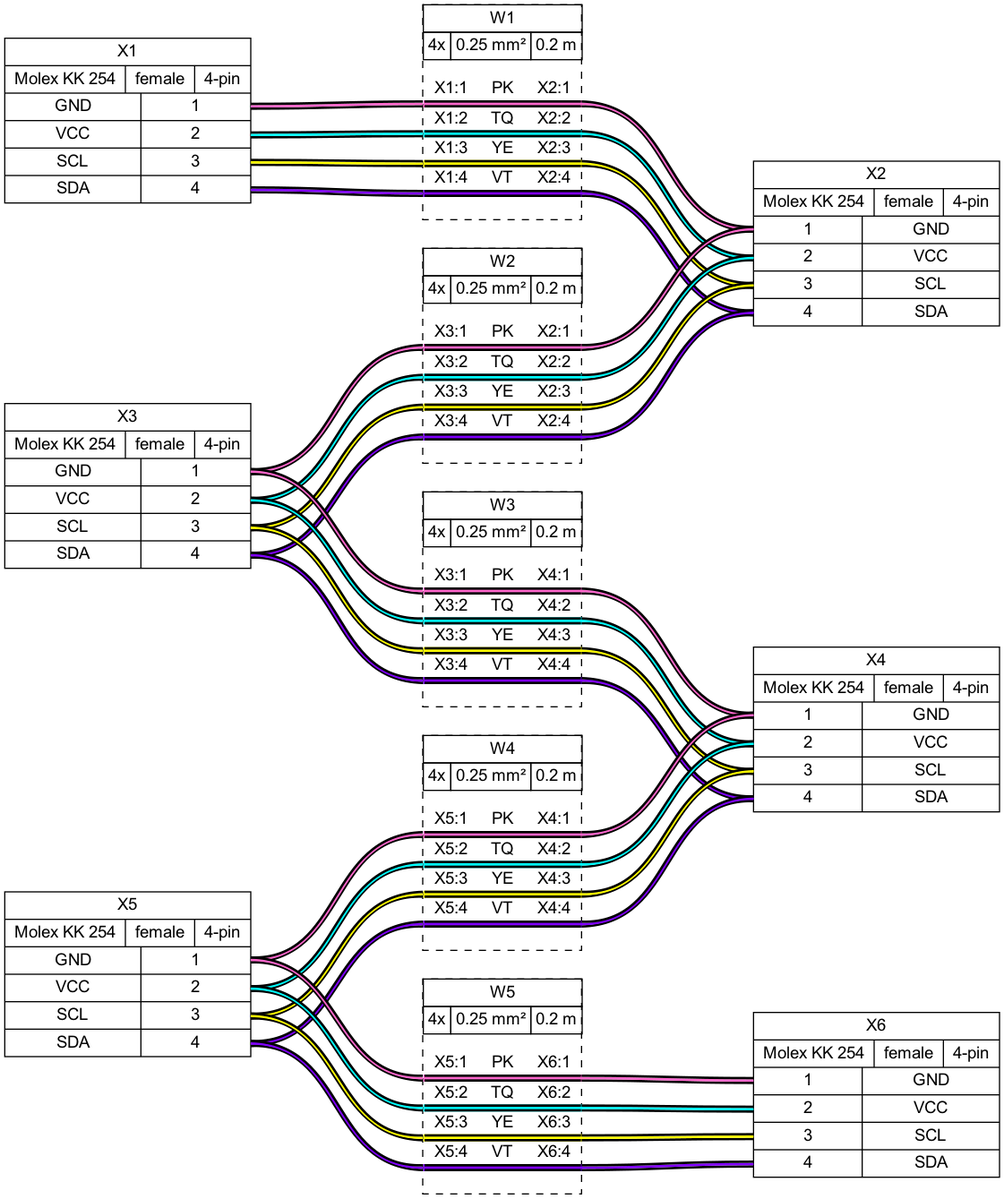
Earlier version of the Graphviz export tutorial/tutorial05.png (wireviz/WireViz). Its source is kept beside it as tutorial/tutorial05.gv.
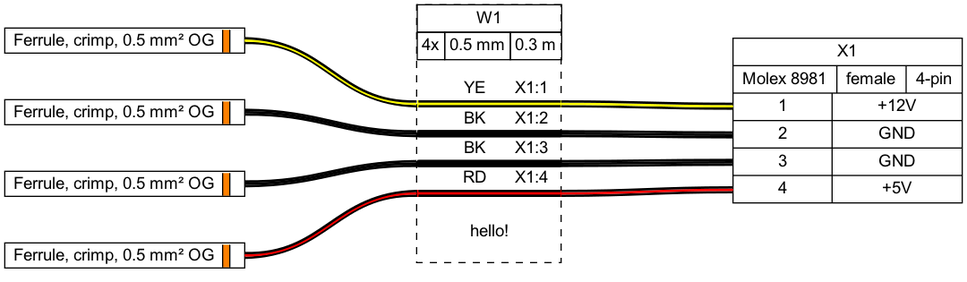
After the commit.

Change to the diagram source:
```diff
@@ -2,75 +2,62 @@
 	graph [bgcolor=white fontname=arial nodesep=0.33 rankdir=LR ranksep=2]
 	node [fillcolor=white fontname=arial shape=record style=filled]
 	edge [fontname=arial style=bold]
-	X1 [label="X1|{Molex KK 254|female|4-pin}|{{GND|VCC|SCL|SDA}|{<p1r>1|<p2r>2|<p3r>3|<p4r>4}}"]
-	X2 [label="X2|{Molex KK 254|female|4-pin}|{{<p1l>1|<p2l>2|<p3l>3|<p4l>4}|{GND|VCC|SCL|SDA}}"]
-	X3 [label="X3|{Molex KK 254|female|4-pin}|{{GND|VCC|SCL|SDA}|{<p1r>1|<p2r>2|<p3r>3|<p4r>4}}"]
-	X4 [label="X4|{Molex KK 254|female|4-pin}|{{<p1l>1|<p2l>2|<p3l>3|<p4l>4}|{GND|VCC|SCL|SDA}}"]
-	X5 [label="X5|{Molex KK 254|female|4-pin}|{{GND|VCC|SCL|SDA}|{<p1r>1|<p2r>2|<p3r>3|<p4r>4}}"]
-	X6 [label="X6|{Molex KK 254|female|4-pin}|{{<p1l>1|<p2l>2|<p3l>3|<p4l>4}|{GND|VCC|SCL|SDA}}"]
-	edge [color="#000000:#ff66cc:#000000"]
-	X1:p1r:e -- W1:w1:w
-	W1:w1:e -- X2:p1l:w
-	edge [color="#000000:#00ffff:#000000"]
-	X1:p2r:e -- W1:w2:w
-	W1:w2:e -- X2:p2l:w
+	X1 [label="X1|{Molex 8981|female|4-pin}|{{<p1l>1|<p2l>2|<p3l>3|<p4l>4}|{+12V|GND|GND|+5V}}"]
+	_F1 [label=<
+
+                <TABLE BORDER="1" CELLBORDER="0" CELLSPACING="0" CELLPADDING="2"><TR>
+                <TD PORT="p1l"> Ferrule, crimp, 0.5 mm² OG </TD>
+                <TD BGCOLOR="#FF8000" BORDER="1" SIDES="LR" WIDTH="4"></TD>
+                <TD PORT="p1r">  </TD>
+                </TR></TABLE>
+
+
+                > margin=0 orientation=180 shape=none style=filled]
+	_F2 [label=<
+
+                <TABLE BORDER="1" CELLBORDER="0" CELLSPACING="0" CELLPADDING="2"><TR>
+                <TD PORT="p1l"> Ferrule, crimp, 0.5 mm² OG </TD>
+                <TD BGCOLOR="#FF8000" BORDER="1" SIDES="LR" WIDTH="4"></TD>
+                <TD PORT="p1r">  </TD>
+                </TR></TABLE>
+
+
+                > margin=0 orientation=180 shape=none style=filled]
+	_F3 [label=<
+
+                <TABLE BORDER="1" CELLBORDER="0" CELLSPACING="0" CELLPADDING="2"><TR>
+                <TD PORT="p1l"> Ferrule, crimp, 0.5 mm² OG </TD>
+                <TD BGCOLOR="#FF8000" BORDER="1" SIDES="LR" WIDTH="4"></TD>
+                <TD PORT="p1r">  </TD>
+                </TR></TABLE>
+
+
+                > margin=0 orientation=180 shape=none style=filled]
+	_F4 [label=<
+
+                <TABLE BORDER="1" CELLBORDER="0" CELLSPACING="0" CELLPADDING="2"><TR>
+                <TD PORT="p1l"> Ferrule, crimp, 0.5 mm² OG </TD>
+                <TD BGCOLOR="#FF8000" BORDER="1" SIDES="LR" WIDTH="4"></TD>
+                <TD PORT="p1r">  </TD>
+                </TR></TABLE>
+
+
+                > margin=0 orientation=180 shape=none style=filled]
 	edge [color="#000000:#ffff00:#000000"]
-	X1:p3r:e -- W1:w3:w
-	W1:w3:e -- X2:p3l:w
-	edge [color="#000000:#8000ff:#000000"]
-	X1:p4r:e -- W1:w4:w
-	W1:w4:e -- X2:p4l:w
-	W1 [label=<<table border="0" cellspacing="0" cellpadding="0"><tr><td><table border="0" cellspacing="0" cellpadding="3" cellborder="1"><tr><td colspan="3">W1</td></tr><tr><td>4x</td><td>0.25 mm²</td><td>0.2 m</td></tr></table></td></tr><tr><td>&nbsp;</td></tr><tr><td><table border="0" cellspacing="0" cellborder="0"><tr><td>X1:1</td><td>PK</td><td>X2:1</td></tr><tr><td colspan="3" cellpadding="0" height="6" bgcolor="#ff66cc" border="2" sides="tb" port="w1"></td></tr><tr><td>X1:2</td><td>TQ</td><td>X2:2</td></tr><tr><td colspan="3" cellpadding="0" height="6" bgcolor="#00ffff" border="2" sides="tb" port="w2"></td></tr><tr><td>X1:3</td><td>YE</td><td>X2:3</td></tr><tr><td colspan="3" cellpadding="0" height="6" bgcolor="#ffff00" border="2" sides="tb" port="w3"></td></tr><tr><td>X1:4</td><td>VT</td><td>X2:4</td></tr><tr><td colspan="3" cellpadding="0" height="6" bgcolor="#8000ff" border="2" sides="tb" port="w4"></td></tr><tr><td>&nbsp;</td></tr></table></td></tr></table>> fillcolor=white margin=0 shape=box style="filled,dashed"]
-	edge [color="#000000:#ff66cc:#000000"]
-	X3:p1r:e -- W2:w1:w
-	W2:w1:e -- X2:p1l:w
-	edge [color="#000000:#00ffff:#000000"]
-	X3:p2r:e -- W2:w2:w
-	W2:w2:e -- X2:p2l:w
+	_F1:e -- W1:w1:w
+	edge [color="#000000:#000000:#000000"]
+	_F2:e -- W1:w2:w
+	edge [color="#000000:#000000:#000000"]
+	_F3:e -- W1:w3:w
+	edge [color="#000000:#ff0000:#000000"]
+	_F4:e -- W1:w4:w
 	edge [color="#000000:#ffff00:#000000"]
-	X3:p3r:e -- W2:w3:w
-	W2:w3:e -- X2:p3l:w
-	edge [color="#000000:#8000ff:#000000"]
-	X3:p4r:e -- W2:w4:w
-	W2:w4:e -- X2:p4l:w
-	W2 [label=<<table border="0" cellspacing="0" cellpadding="0"><tr><td><table border="0" cellspacing="0" cellpadding="3" cellborder="1"><tr><td colspan="3">W2</td></tr><tr><td>4x</td><td>0.25 mm²</td><td>0.2 m</td></tr></table></td></tr><tr><td>&nbsp;</td></tr><tr><td><table border="0" cellspacing="0" cellborder="0"><tr><td>X3:1</td><td>PK</td><td>X2:1</td></tr><tr><td colspan="3" cellpadding="0" height="6" bgcolor="#ff66cc" border="2" sides="tb" port="w1"></td></tr><tr><td>X3:2</td><td>TQ</td><td>X2:2</td></tr><tr><td colspan="3" cellpadding="0" height="6" bgcolor="#00ffff" border="2" sides="tb" port="w2"></td></tr><tr><td>X3:3</td><td>YE</td><td>X2:3</td></tr><tr><td colspan="3" cellpadding="0" height="6" bgcolor="#ffff00" border="2" sides="tb" port="w3"></td></tr><tr><td>X3:4</td><td>VT</td><td>X2:4</td></tr><tr><td colspan="3" cellpadding="0" height="6" bgcolor="#8000ff" border="2" sides="tb" port="w4"></td></tr><tr><td>&nbsp;</td></tr></table></td></tr></table>> fillcolor=white margin=0 shape=box style="filled,dashed"]
-	edge [color="#000000:#ff66cc:#000000"]
-	X3:p1r:e -- W3:w1:w
-	W3:w1:e -- X4:p1l:w
-	edge [color="#000000:#00ffff:#000000"]
-	X3:p2r:e -- W3:w2:w
-	W3:w2:e -- X4:p2l:w
-	edge [color="#000000:#ffff00:#000000"]
-	X3:p3r:e -- W3:w3:w
-	W3:w3:e -- X4:p3l:w
-	edge [color="#000000:#8000ff:#000000"]
-	X3:p4r:e -- W3:w4:w
-	W3:w4:e -- X4:p4l:w
-	W3 [label=<<table border="0" cellspacing="0" cellpadding="0"><tr><td><table border="0" cellspacing="0" cellpadding="3" cellborder="1"><tr><td colspan="3">W3</td></tr><tr><td>4x</td><td>0.25 mm²</td><td>0.2 m</td></tr></table></td></tr><tr><td>&nbsp;</td></tr><tr><td><table border="0" cellspacing="0" cellborder="0"><tr><td>X3:1</td><td>PK</td><td>X4:1</td></tr><tr><td colspan="3" cellpadding="0" height="6" bgcolor="#ff66cc" border="2" sides="tb" port="w1"></td></tr><tr><td>X3:2</td><td>TQ</td><td>X4:2</td></tr><tr><td colspan="3" cellpadding="0" height="6" bgcolor="#00ffff" border="2" sides="tb" port="w2"></td></tr><tr><td>X3:3</td><td>YE</td><td>X4:3</td></tr><tr><td colspan="3" cellpadding="0" height="6" bgcolor="#ffff00" border="2" sides="tb" port="w3"></td></tr><tr><td>X3:4</td><td>VT</td><td>X4:4</td></tr><tr><td colspan="3" cellpadding="0" height="6" bgcolor="#8000ff" border="2" sides="tb" port="w4"></td></tr><tr><td>&nbsp;</td></tr></table></td></tr></table>> fillcolor=white margin=0 shape=box style="filled,dashed"]
-	edge [color="#000000:#ff66cc:#000000"]
-	X5:p1r:e -- W4:w1:w
-	W4:w1:e -- X4:p1l:w
-	edge [color="#000000:#00ffff:#000000"]
-	X5:p2r:e -- W4:w2:w
-	W4:w2:e -- X4:p2l:w
-	edge [color="#000000:#ffff00:#000000"]
-	X5:p3r:e -- W4:w3:w
-	W4:w3:e -- X4:p3l:w
-	edge [color="#000000:#8000ff:#000000"]
-	X5:p4r:e -- W4:w4:w
-	W4:w4:e -- X4:p4l:w
-	W4 [label=<<table border="0" cellspacing="0" cellpadding="0"><tr><td><table border="0" cellspacing="0" cellpadding="3" cellborder="1"><tr><td colspan="3">W4</td></tr><tr><td>4x</td><td>0.25 mm²</td><td>0.2 m</td></tr></table></td></tr><tr><td>&nbsp;</td></tr><tr><td><table border="0" cellspacing="0" cellborder="0"><tr><td>X5:1</td><td>PK</td><td>X4:1</td></tr><tr><td colspan="3" cellpadding="0" height="6" bgcolor="#ff66cc" border="2" sides="tb" port="w1"></td></tr><tr><td>X5:2</td><td>TQ</td><td>X4:2</td></tr><tr><td colspan="3" cellpadding="0" height="6" bgcolor="#00ffff" border="2" sides="tb" port="w2"></td></tr><tr><td>X5:3</td><td>YE</td><td>X4:3</td></tr><tr><td colspan="3" cellpadding="0" height="6" bgcolor="#ffff00" border="2" sides="tb" port="w3"></td></tr><tr><td>X5:4</td><td>VT</td><td>X4:4</td></tr><tr><td colspan="3" cellpadding="0" height="6" bgcolor="#8000ff" border="2" sides="tb" port="w4"></td></tr><tr><td>&nbsp;</td></tr></table></td></tr></table>> fillcolor=white margin=0 shape=box style="filled,dashed"]
-	edge [color="#000000:#ff66cc:#000000"]
-	X5:p1r:e -- W5:w1:w
-	W5:w1:e -- X6:p1l:w
-	edge [color="#000000:#00ffff:#000000"]
-	X5:p2r:e -- W5:w2:w
-	W5:w2:e -- X6:p2l:w
-	edge [color="#000000:#ffff00:#000000"]
-	X5:p3r:e -- W5:w3:w
-	W5:w3:e -- X6:p3l:w
-	edge [color="#000000:#8000ff:#000000"]
-	X5:p4r:e -- W5:w4:w
-	W5:w4:e -- X6:p4l:w
-	W5 [label=<<table border="0" cellspacing="0" cellpadding="0"><tr><td><table border="0" cellspacing="0" cellpadding="3" cellborder="1"><tr><td colspan="3">W5</td></tr><tr><td>4x</td><td>0.25 mm²</td><td>0.2 m</td></tr></table></td></tr><tr><td>&nbsp;</td></tr><tr><td><table border="0" cellspacing="0" cellborder="0"><tr><td>X5:1</td><td>PK</td><td>X6:1</td></tr><tr><td colspan="3" cellpadding="0" height="6" bgcolor="#ff66cc" border="2" sides="tb" port="w1"></td></tr><tr><td>X5:2</td><td>TQ</td><td>X6:2</td></tr><tr><td colspan="3" cellpadding="0" height="6" bgcolor="#00ffff" border="2" sides="tb" port="w2"></td></tr><tr><td>X5:3</td><td>YE</td><td>X6:3</td></tr><tr><td colspan="3" cellpadding="0" height="6" bgcolor="#ffff00" border="2" sides="tb" port="w3"></td></tr><tr><td>X5:4</td><td>VT</td><td>X6:4</td></tr><tr><td colspan="3" cellpadding="0" height="6" bgcolor="#8000ff" border="2" sides="tb" port="w4"></td></tr><tr><td>&nbsp;</td></tr></table></td></tr></table>> fillcolor=white margin=0 shape=box style="filled,dashed"]
+	W1:w1:e -- X1:p1l:w
+	edge [color="#000000:#000000:#000000"]
+	W1:w2:e -- X1:p2l:w
+	edge [color="#000000:#000000:#000000"]
+	W1:w3:e -- X1:p3l:w
+	edge [color="#000000:#ff0000:#000000"]
+	W1:w4:e -- X1:p4l:w
+	W1 [label=<<table border="0" cellspacing="0" cellpadding="0"><tr><td><table border="0" cellspacing="0" cellpadding="3" cellborder="1"><tr><td colspan="3">W1</td></tr><tr><td>4x</td><td>0.5 mm</td><td>0.3 m</td></tr></table></td></tr><tr><td>&nbsp;</td></tr><tr><td><table border="0" cellspacing="0" cellborder="0"><tr><td></td><td>YE</td><td>X1:1</td></tr><tr><td colspan="3" cellpadding="0" height="6" bgcolor="#ffff00" border="2" sides="tb" port="w1"></td></tr><tr><td></td><td>BK</td><td>X1:2</td></tr><tr><td colspan="3" cellpadding="0" height="6" bgcolor="#000000" border="2" sides="tb" port="w2"></td></tr><tr><td></td><td>BK</td><td>X1:3</td></tr><tr><td colspan="3" cellpadding="0" height="6" bgcolor="#000000" border="2" sides="tb" port="w3"></td></tr><tr><td></td><td>RD</td><td>X1:4</td></tr><tr><td colspan="3" cellpadding="0" height="6" bgcolor="#ff0000" border="2" sides="tb" port="w4"></td></tr><tr><td>&nbsp;</td></tr></table></td></tr><tr><td cellpadding="3">hello!</td></tr><tr><td>&nbsp;</td></tr></table>> fillcolor=white margin=0 shape=box style="filled,dashed"]
 }
```
